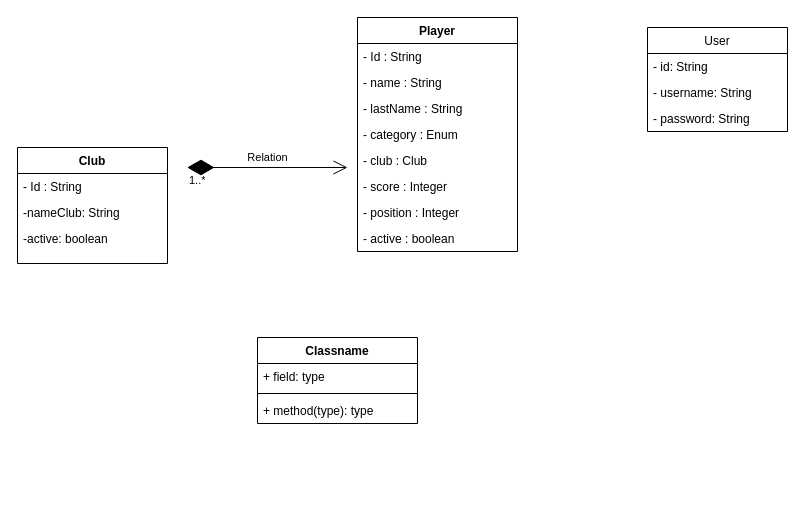
Above: Diagrama sin título.drawio in Lucasfranco1/UML-leones (draw.io), before the change. Source tidied: cells renumbered, new cells numbered last; positions are measured from the earlier drawing's top-left corner, leaving out a move shared by most shapes. Both pictures are drawn from the tidied source at 100%, with x=0, y=0 at pixel (17, 17).
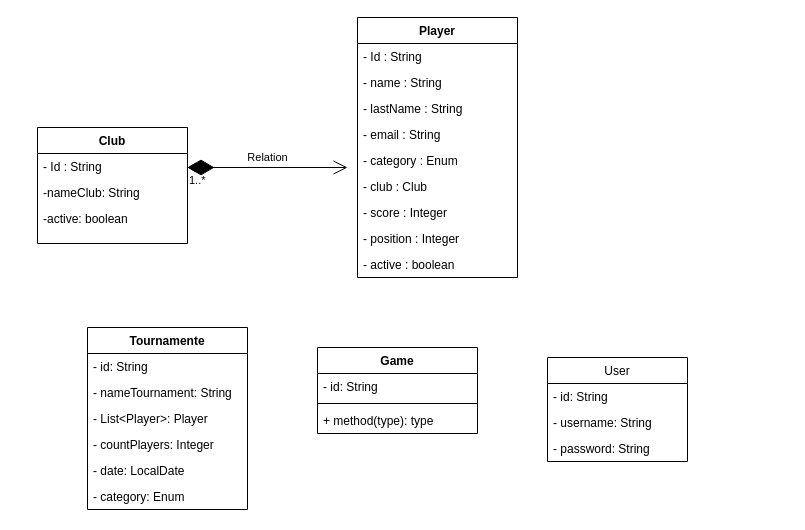
Above is the later version.

Commit message (it also covers changes not shown here):
Actualizar Diagrama leones

Diff of the diagram source:
```diff
@@
     <mxCell id="2" value="Player" style="swimlane;fontStyle=1;align=center;verticalAlign=top;horizontal=1;startSize=26;" parent="1" vertex="1">
-      <mxGeometry x="340" width="160" height="234" as="geometry" />
+      <mxGeometry x="340" width="160" height="260" as="geometry" />
     </mxCell>
@@
+    <mxCell id="27" value="- lastName : String&#10;" style="text;strokeColor=none;fillColor=none;align=left;verticalAlign=top;spacingLeft=4;spacingRight=4;overflow=hidden;" parent="2" vertex="1">
+      <mxGeometry y="78" width="160" height="26" as="geometry" />
+    </mxCell>
-    <mxCell id="5" value="- lastName : String&#10;" style="text;strokeColor=none;fillColor=none;align=left;verticalAlign=top;spacingLeft=4;spacingRight=4;overflow=hidden;" parent="2" vertex="1">
-      <mxGeometry y="78" width="160" height="26" as="geometry" />
+    <mxCell id="5" value="- email : String&#10;" style="text;strokeColor=none;fillColor=none;align=left;verticalAlign=top;spacingLeft=4;spacingRight=4;overflow=hidden;" parent="2" vertex="1">
+      <mxGeometry y="104" width="160" height="26" as="geometry" />
     </mxCell>
     <mxCell id="6" value="- category : Enum&#10;" style="text;strokeColor=none;fillColor=none;align=left;verticalAlign=top;spacingLeft=4;spacingRight=4;overflow=hidden;" parent="2" vertex="1">
-      <mxGeometry y="104" width="160" height="26" as="geometry" />
+      <mxGeometry y="130" width="160" height="26" as="geometry" />
     </mxCell>
     <mxCell id="7" value="- club : Club&#10;" style="text;strokeColor=none;fillColor=none;align=left;verticalAlign=top;spacingLeft=4;spacingRight=4;overflow=hidden;" parent="2" vertex="1">
-      <mxGeometry y="130" width="160" height="26" as="geometry" />
+      <mxGeometry y="156" width="160" height="26" as="geometry" />
     </mxCell>
     <mxCell id="8" value="- score : Integer&#10;" style="text;strokeColor=none;fillColor=none;align=left;verticalAlign=top;spacingLeft=4;spacingRight=4;overflow=hidden;" parent="2" vertex="1">
-      <mxGeometry y="156" width="160" height="26" as="geometry" />
+      <mxGeometry y="182" width="160" height="26" as="geometry" />
     </mxCell>
     <mxCell id="9" value="- position : Integer&#10;" style="text;strokeColor=none;fillColor=none;align=left;verticalAlign=top;spacingLeft=4;spacingRight=4;overflow=hidden;" parent="2" vertex="1">
-      <mxGeometry y="182" width="160" height="26" as="geometry" />
+      <mxGeometry y="208" width="160" height="26" as="geometry" />
     </mxCell>
     <mxCell id="10" value="- active : boolean&#10;" style="text;strokeColor=none;fillColor=none;align=left;verticalAlign=top;spacingLeft=4;spacingRight=4;overflow=hidden;" parent="2" vertex="1">
-      <mxGeometry y="208" width="160" height="26" as="geometry" />
+      <mxGeometry y="234" width="160" height="26" as="geometry" />
     </mxCell>
     <mxCell id="11" value="Club" style="swimlane;fontStyle=1;align=center;verticalAlign=top;horizontal=1;startSize=26;" parent="1" vertex="1">
-      <mxGeometry y="130" width="150" height="116" as="geometry" />
+      <mxGeometry x="20" y="110" width="150" height="116" as="geometry" />
     </mxCell>
@@
     <mxCell id="19" value="User" style="swimlane;fontStyle=0;horizontal=1;startSize=26;fillColor=none;" parent="1" vertex="1">
-      <mxGeometry x="630" y="10" width="140" height="104" as="geometry" />
+      <mxGeometry x="530" y="340" width="140" height="104" as="geometry" />
     </mxCell>
@@
-    <mxCell id="23" value="Classname" style="swimlane;fontStyle=1;align=center;verticalAlign=top;horizontal=1;startSize=26;" parent="1" vertex="1">
-      <mxGeometry x="240" y="320" width="160" height="86" as="geometry" />
-    </mxCell>
-    <mxCell id="24" value="+ field: type" style="text;strokeColor=none;fillColor=none;align=left;verticalAlign=top;spacingLeft=4;spacingRight=4;overflow=hidden;" parent="23" vertex="1">
-      <mxGeometry y="26" width="160" height="26" as="geometry" />
-    </mxCell>
+    <mxCell id="28" value="Tournamente" style="swimlane;fontStyle=1;align=center;verticalAlign=top;horizontal=1;startSize=26;" parent="1" vertex="1">
+      <mxGeometry x="70" y="310" width="160" height="182" as="geometry" />
+    </mxCell>
+    <mxCell id="29" value="- id: String" style="text;strokeColor=none;fillColor=none;align=left;verticalAlign=top;spacingLeft=4;spacingRight=4;overflow=hidden;" parent="28" vertex="1">
+      <mxGeometry y="26" width="160" height="26" as="geometry" />
+    </mxCell>
+    <mxCell id="30" value="- nameTournament: String" style="text;strokeColor=none;fillColor=none;align=left;verticalAlign=top;spacingLeft=4;spacingRight=4;overflow=hidden;" parent="28" vertex="1">
+      <mxGeometry y="52" width="160" height="26" as="geometry" />
+    </mxCell>
+    <mxCell id="31" value="- List&lt;Player&gt;: Player" style="text;strokeColor=none;fillColor=none;align=left;verticalAlign=top;spacingLeft=4;spacingRight=4;overflow=hidden;" parent="28" vertex="1">
+      <mxGeometry y="78" width="160" height="26" as="geometry" />
+    </mxCell>
+    <mxCell id="32" value="- countPlayers: Integer" style="text;strokeColor=none;fillColor=none;align=left;verticalAlign=top;spacingLeft=4;spacingRight=4;overflow=hidden;" parent="28" vertex="1">
+      <mxGeometry y="104" width="160" height="26" as="geometry" />
+    </mxCell>
+    <mxCell id="33" value="- date: LocalDate" style="text;strokeColor=none;fillColor=none;align=left;verticalAlign=top;spacingLeft=4;spacingRight=4;overflow=hidden;" parent="28" vertex="1">
+      <mxGeometry y="130" width="160" height="26" as="geometry" />
+    </mxCell>
+    <mxCell id="34" value="- category: Enum" style="text;strokeColor=none;fillColor=none;align=left;verticalAlign=top;spacingLeft=4;spacingRight=4;overflow=hidden;" parent="28" vertex="1">
+      <mxGeometry y="156" width="160" height="26" as="geometry" />
+    </mxCell>
+    <mxCell id="35" value="Game" style="swimlane;fontStyle=1;align=center;verticalAlign=top;horizontal=1;startSize=26;" parent="1" vertex="1">
+      <mxGeometry x="300" y="330" width="160" height="86" as="geometry" />
+    </mxCell>
+    <mxCell id="36" value="- id: String" style="text;strokeColor=none;fillColor=none;align=left;verticalAlign=top;spacingLeft=4;spacingRight=4;overflow=hidden;" parent="35" vertex="1">
+      <mxGeometry y="26" width="160" height="26" as="geometry" />
+    </mxCell>
-    <mxCell id="25" style="line;strokeWidth=1;fillColor=none;align=left;verticalAlign=middle;spacingTop=-1;spacingLeft=3;spacingRight=3;labelPosition=right;strokeColor=inherit;" parent="23" vertex="1">
+    <mxCell id="25" style="line;strokeWidth=1;fillColor=none;align=left;verticalAlign=middle;spacingTop=-1;spacingLeft=3;spacingRight=3;labelPosition=right;strokeColor=inherit;" parent="35" vertex="1">
       <mxGeometry y="52" width="160" height="8" as="geometry" />
     </mxCell>
-    <mxCell id="26" value="+ method(type): type" style="text;strokeColor=none;fillColor=none;align=left;verticalAlign=top;spacingLeft=4;spacingRight=4;overflow=hidden;" parent="23" vertex="1">
+    <mxCell id="26" value="+ method(type): type" style="text;strokeColor=none;fillColor=none;align=left;verticalAlign=top;spacingLeft=4;spacingRight=4;overflow=hidden;" parent="35" vertex="1">
       <mxGeometry y="60" width="160" height="26" as="geometry" />
     </mxCell>
```
